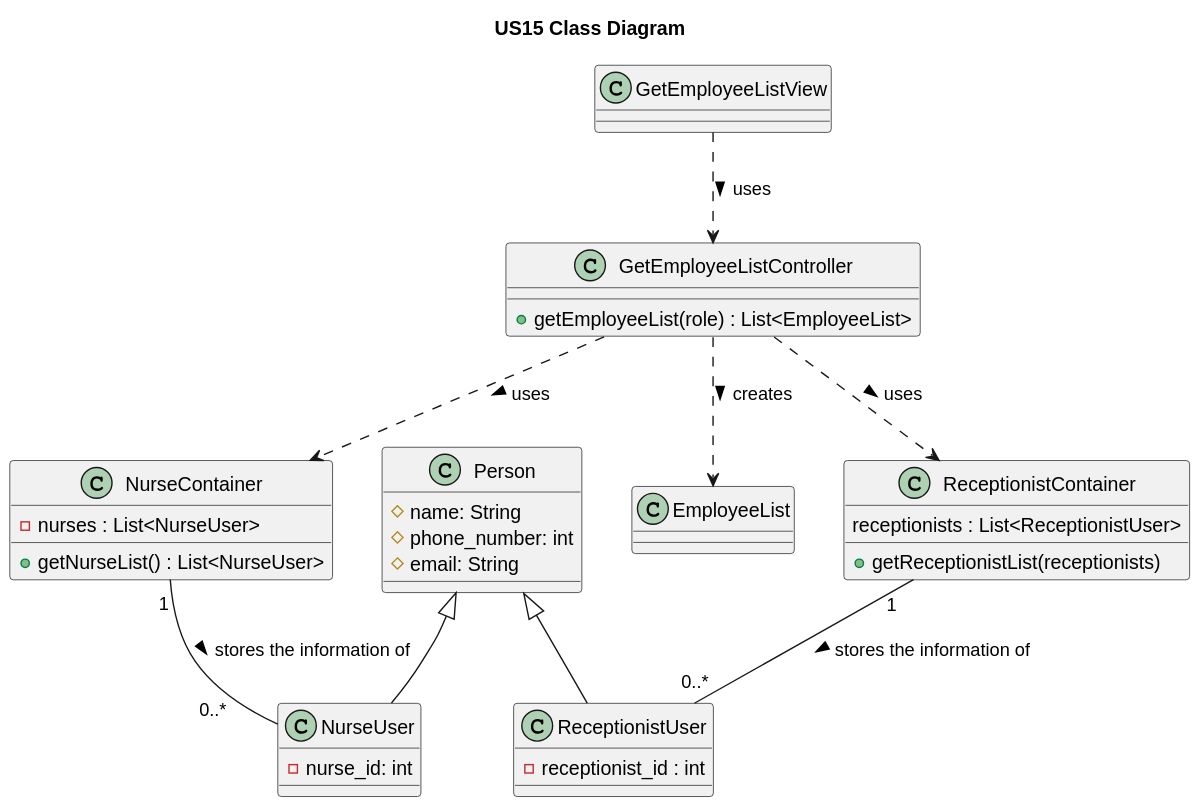
The PlantUML diagram docs/system-documentation/US15/svg/US15-CD.svg in pedroguilherme-web/leti-esoft-25-26-A1, before a commit. Its diagram source:
```plantuml
@startuml

title US15 Class Diagram

class GetEmployeeListView {
}

class GetEmployeeListController {
  + getEmployeeList(role) : List<EmployeeList>
}

class NurseContainer {
 - nurses : List<NurseUser>
 + getNurseList() : List<NurseUser>
}

class ReceptionistContainer {
 receptionists : List<ReceptionistUser>
 + getReceptionistList(receptionists)
}

class Person {
  # name: String
  # phone_number: int
  # email: String
}

class ReceptionistUser {
  - receptionist_id : int
}

class NurseUser {
  - nurse_id: int
}

GetEmployeeListView ..> GetEmployeeListController : "uses >"
GetEmployeeListController ..> NurseContainer : "uses >"
GetEmployeeListController ..> ReceptionistContainer : "uses >"
GetEmployeeListController ..> EmployeeList : "creates >"
NurseContainer "    1" -- "0..*        " NurseUser : "stores the information of >"
ReceptionistContainer "1" -- "0..*" ReceptionistUser : "stores the information of >"
Person <|-- ReceptionistUser
Person <|-- NurseUser
@enduml
```
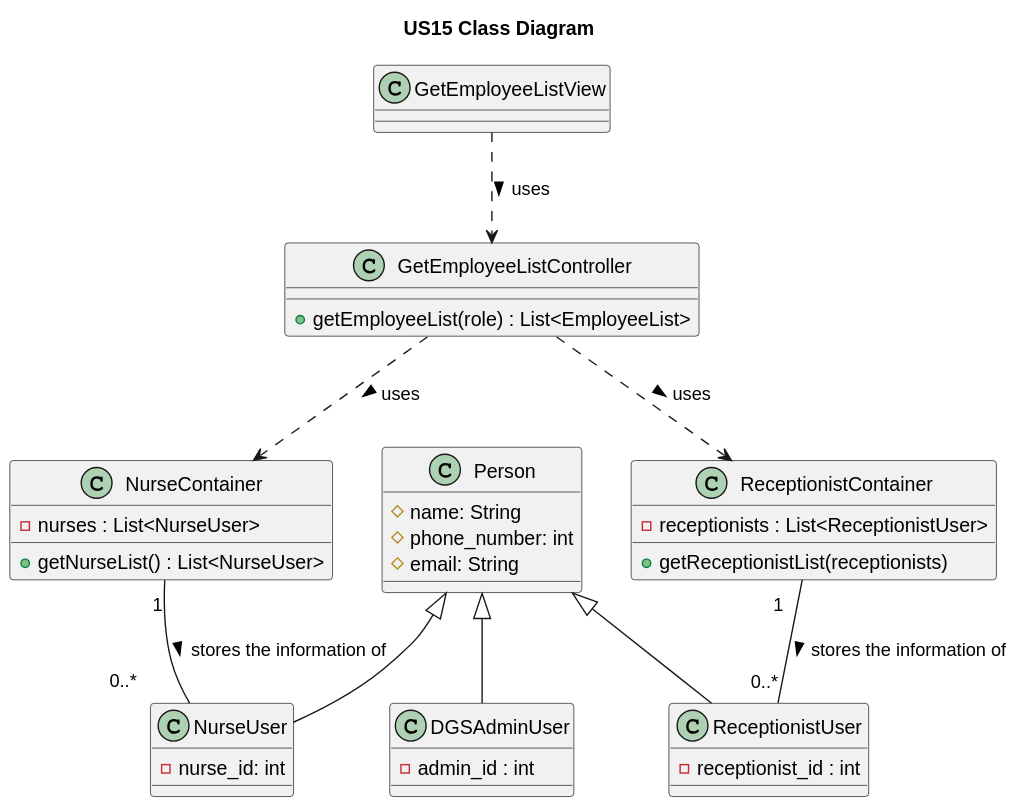
Later version of the same file.

Commit message:
- Criação dos Headers: NurseContainer.h e ReceptionistContainer.h - Alterações no CD, DM e SD da US15 juntamente com os seus SVG - Alteração no CMakeList para adicionar os novos headers

What changed in the source:
```diff
@@ -15,7 +15,7 @@
 }
 
 class ReceptionistContainer {
- receptionists : List<ReceptionistUser>
+ - receptionists : List<ReceptionistUser>
  + getReceptionistList(receptionists)
 }
 
@@ -25,20 +25,21 @@
   # email: String
 }
 
-class ReceptionistUser {
+class ReceptionistUser extends Person {
   - receptionist_id : int
 }
 
-class NurseUser {
+class NurseUser extends Person{
   - nurse_id: int
+}
+
+class DGSAdminUser extends Person {
+    - admin_id : int
 }
 
 GetEmployeeListView ..> GetEmployeeListController : "uses >"
 GetEmployeeListController ..> NurseContainer : "uses >"
 GetEmployeeListController ..> ReceptionistContainer : "uses >"
-GetEmployeeListController ..> EmployeeList : "creates >"
 NurseContainer "    1" -- "0..*        " NurseUser : "stores the information of >"
-ReceptionistContainer "1" -- "0..*" ReceptionistUser : "stores the information of >"
-Person <|-- ReceptionistUser
-Person <|-- NurseUser
+ReceptionistContainer "1   " -- "0..*" ReceptionistUser : "stores the information of >"
 @enduml
```
